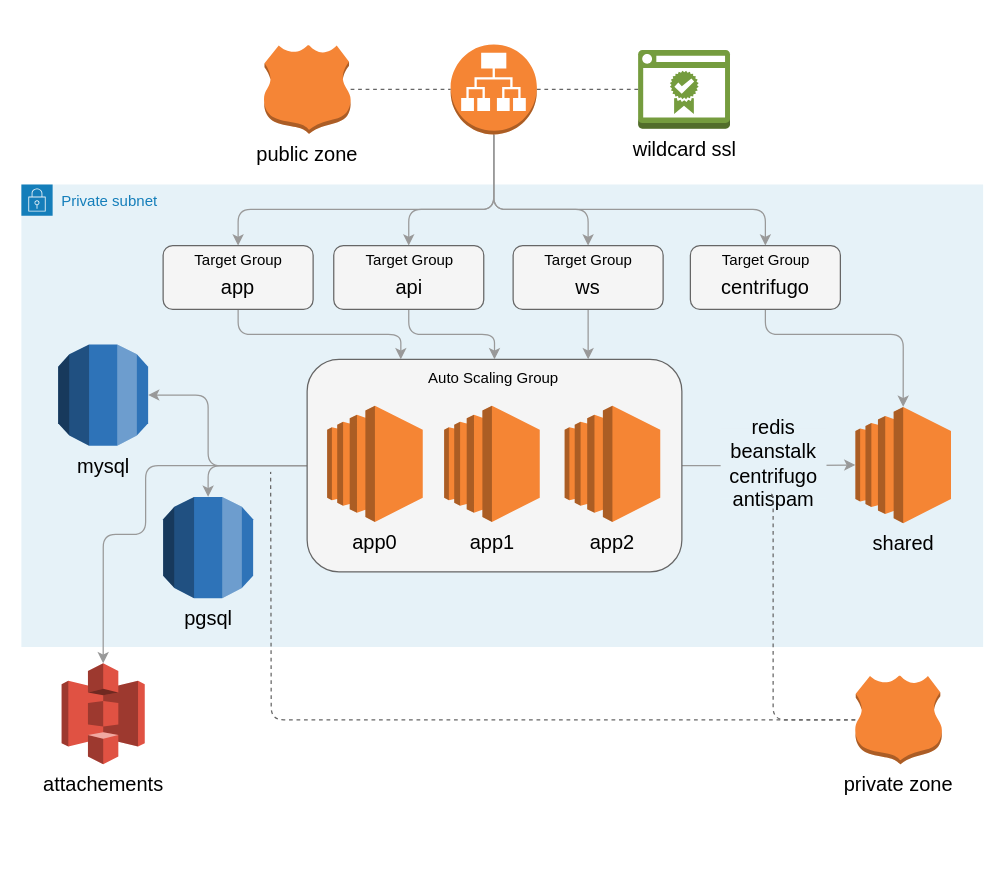
sharifov/test keeps this draw.io diagram as devops/docs/infra.drawio. Above is the earlier version. Source tidied: cells renumbered, new cells numbered last; positions are measured from the earlier drawing's top-left corner, leaving out a move shared by most shapes. Both pictures are drawn from the tidied source at 125%, with x=0, y=0 at pixel (21, 44).
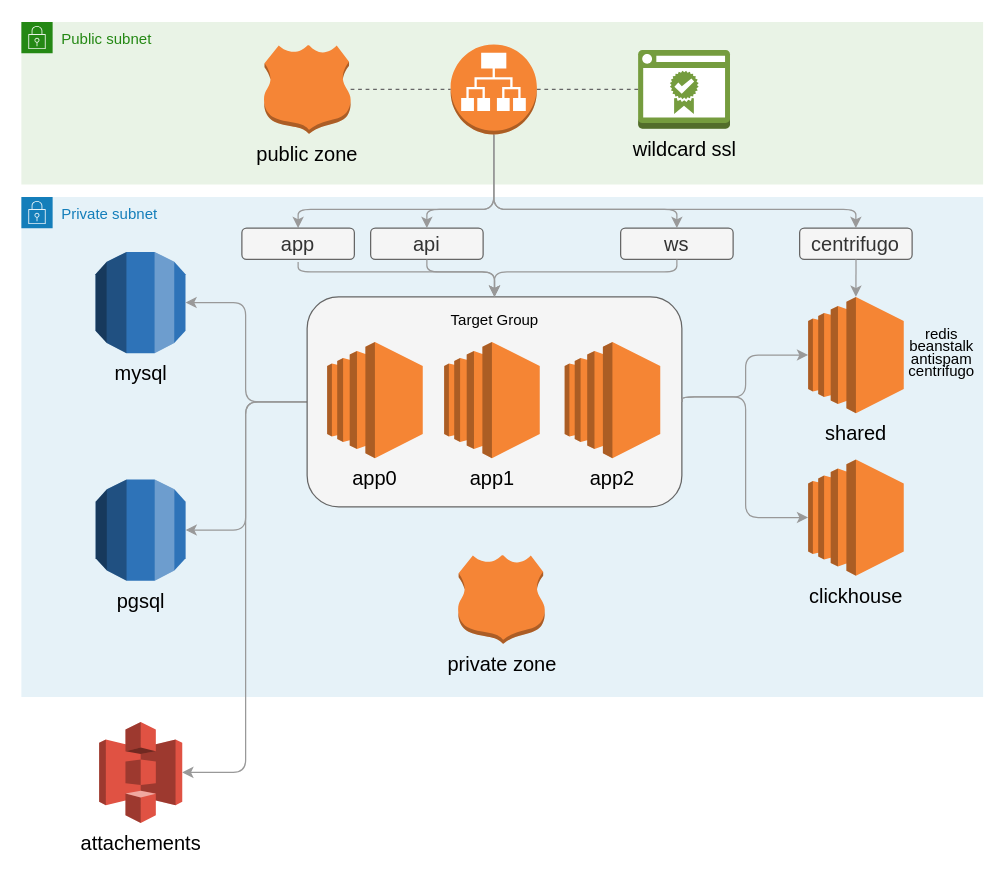
After the change.

Commit message (it also covers changes not shown here):
update infra diagram

Unchanged cells that the change refers to:
```xml
<mxCell id="12" style="outlineConnect=0;dashed=0;verticalLabelPosition=bottom;verticalAlign=top;align=center;html=1;shape=mxgraph.aws3.application_load_balancer;fillColor=#F58534;gradientColor=none;fontSize=16;" parent="1" vertex="1">
  <mxGeometry x="343" width="69" height="72" as="geometry" />
</mxCell>
```

Change to the diagram source:
```diff
@@
+    <mxCell id="45" value="Public subnet" style="gradientColor=none;html=1;whiteSpace=wrap;fontSize=12;fontStyle=0;shape=mxgraph.aws4.group;grIcon=mxgraph.aws4.group_security_group;grStroke=0;strokeColor=#248814;fillColor=#E9F3E6;verticalAlign=top;align=left;spacingLeft=30;fontColor=#248814;dashed=0;" parent="1" vertex="1">
+      <mxGeometry x="-0.4" y="-18" width="769.4" height="130" as="geometry" />
+    </mxCell>
     <mxCell id="2" value="Private subnet" style="gradientColor=none;html=1;whiteSpace=wrap;fontSize=12;fontStyle=0;shape=mxgraph.aws4.group;grIcon=mxgraph.aws4.group_security_group;grStroke=0;strokeColor=#147EBA;fillColor=#E6F2F8;verticalAlign=top;align=left;spacingLeft=30;fontColor=#147EBA;dashed=0;rounded=1;shadow=0;glass=0;labelBackgroundColor=none;sketch=0;" parent="1" vertex="1">
-      <mxGeometry x="-0.4" y="112" width="769.4" height="370" as="geometry" />
+      <mxGeometry x="-0.4" y="122" width="769.4" height="400" as="geometry" />
     </mxCell>
+    <mxCell id="13" value="shared" style="outlineConnect=0;dashed=0;verticalLabelPosition=bottom;verticalAlign=top;align=center;html=1;shape=mxgraph.aws3.ec2;fillColor=#F58534;gradientColor=none;fontSize=16;" parent="2" vertex="1">
+      <mxGeometry x="629.4" y="80" width="76.5" height="93" as="geometry" />
+    </mxCell>
+    <mxCell id="33" value="mysql" style="outlineConnect=0;dashed=0;verticalLabelPosition=bottom;verticalAlign=top;align=center;html=1;shape=mxgraph.aws3.rds;fillColor=#2E73B8;gradientColor=none;labelBackgroundColor=none;fontSize=16;" parent="2" vertex="1">
+      <mxGeometry x="59.3" y="44" width="72" height="81" as="geometry" />
+    </mxCell>
+    <mxCell id="18" value="api" style="rounded=1;whiteSpace=wrap;html=1;labelBackgroundColor=none;fontSize=16;fillColor=#f5f5f5;strokeColor=#666666;glass=0;shadow=0;sketch=0;fontColor=#333333;" parent="2" vertex="1">
+      <mxGeometry x="279.4" y="25" width="90" height="25" as="geometry" />
+    </mxCell>
+    <mxCell id="22" value="centrifugo" style="rounded=1;whiteSpace=wrap;html=1;labelBackgroundColor=none;fontSize=16;fillColor=#f5f5f5;strokeColor=#666666;glass=0;shadow=0;sketch=0;fontColor=#333333;" parent="2" vertex="1">
+      <mxGeometry x="622.6" y="25" width="90" height="25" as="geometry" />
+    </mxCell>
+    <mxCell id="21" style="edgeStyle=orthogonalEdgeStyle;rounded=1;jettySize=auto;html=1;entryX=0.5;entryY=0;entryDx=0;entryDy=0;entryPerimeter=0;fontSize=16;endArrow=classic;endFill=1;strokeColor=#999999;strokeWidth=1;exitX=0.5;exitY=1;exitDx=0;exitDy=0;" parent="2" edge="1" source="22" target="13">
+      <mxGeometry relative="1" as="geometry">
+        <Array as="points">
+          <mxPoint x="668" y="80" />
+          <mxPoint x="668" y="80" />
+        </Array>
+      </mxGeometry>
+    </mxCell>
+    <mxCell id="42" value="ws" style="rounded=1;whiteSpace=wrap;html=1;labelBackgroundColor=none;fontSize=16;fillColor=#f5f5f5;strokeColor=#666666;glass=0;shadow=0;sketch=0;fontColor=#333333;" parent="2" vertex="1">
+      <mxGeometry x="479.4" y="25" width="90" height="25" as="geometry" />
+    </mxCell>
+    <mxCell id="46" value="clickhouse" style="outlineConnect=0;dashed=0;verticalLabelPosition=bottom;verticalAlign=top;align=center;html=1;shape=mxgraph.aws3.ec2;fillColor=#F58534;gradientColor=none;fontSize=16;" parent="2" vertex="1">
+      <mxGeometry x="629.4" y="210" width="76.5" height="93" as="geometry" />
+    </mxCell>
-    <mxCell id="3" style="edgeStyle=orthogonalEdgeStyle;rounded=1;jettySize=auto;html=1;fontSize=16;endArrow=classic;endFill=1;strokeColor=#999999;strokeWidth=1;" parent="1" edge="1" source="7" target="13">
-      <mxGeometry relative="1" as="geometry" />
+    <mxCell id="3" style="edgeStyle=orthogonalEdgeStyle;rounded=1;jettySize=auto;html=1;fontSize=16;endArrow=classic;endFill=1;strokeColor=#999999;strokeWidth=1;labelBackgroundColor=none;entryX=0;entryY=0.5;entryDx=0;entryDy=0;entryPerimeter=0;exitX=1;exitY=0.5;exitDx=0;exitDy=0;" parent="1" edge="1" source="7" target="13">
+      <mxGeometry relative="1" as="geometry">
+        <Array as="points">
+          <mxPoint x="528" y="282" />
+          <mxPoint x="579" y="282" />
+          <mxPoint x="579" y="249" />
+        </Array>
+      </mxGeometry>
     </mxCell>
-    <mxCell id="4" style="edgeStyle=orthogonalEdgeStyle;rounded=1;jettySize=auto;html=1;entryX=1;entryY=0.5;entryDx=0;entryDy=0;entryPerimeter=0;fontSize=16;endArrow=classic;endFill=1;strokeColor=#999999;strokeWidth=1;" parent="1" edge="1" source="7" target="33">
+    <mxCell id="4" style="edgeStyle=orthogonalEdgeStyle;rounded=1;jettySize=auto;html=1;entryX=1;entryY=0.5;entryDx=0;entryDy=0;entryPerimeter=0;fontSize=16;endArrow=classic;endFill=1;strokeColor=#999999;strokeWidth=1;exitX=0;exitY=0.5;exitDx=0;exitDy=0;" parent="1" edge="1" source="7" target="33">
       <mxGeometry relative="1" as="geometry">
         <Array as="points">
-          <mxPoint x="149" y="337" />
-          <mxPoint x="149" y="281" />
+          <mxPoint x="179" y="286" />
+          <mxPoint x="179" y="207" />
+          <mxPoint x="131" y="207" />
         </Array>
       </mxGeometry>
     </mxCell>
-    <mxCell id="5" style="edgeStyle=orthogonalEdgeStyle;rounded=1;jettySize=auto;html=1;entryX=0.5;entryY=0;entryDx=0;entryDy=0;entryPerimeter=0;fontSize=16;endArrow=classic;endFill=1;strokeColor=#999999;strokeWidth=1;" parent="1" edge="1" source="7" target="34">
-      <mxGeometry relative="1" as="geometry" />
+    <mxCell id="5" style="edgeStyle=orthogonalEdgeStyle;rounded=1;jettySize=auto;html=1;entryX=1;entryY=0.5;entryDx=0;entryDy=0;entryPerimeter=0;fontSize=16;endArrow=classic;endFill=1;strokeColor=#999999;strokeWidth=1;exitX=0;exitY=0.5;exitDx=0;exitDy=0;" parent="1" edge="1" source="7" target="34">
+      <mxGeometry relative="1" as="geometry">
+        <Array as="points">
+          <mxPoint x="179" y="286" />
+          <mxPoint x="179" y="389" />
+        </Array>
+      </mxGeometry>
     </mxCell>
-    <mxCell id="6" style="edgeStyle=orthogonalEdgeStyle;rounded=1;jettySize=auto;html=1;fontSize=16;endArrow=classic;endFill=1;strokeColor=#999999;strokeWidth=1;entryX=0.5;entryY=0;entryDx=0;entryDy=0;entryPerimeter=0;" parent="1" edge="1" source="7" target="26">
+    <mxCell id="6" style="edgeStyle=orthogonalEdgeStyle;rounded=1;jettySize=auto;html=1;fontSize=16;endArrow=classic;endFill=1;strokeColor=#999999;strokeWidth=1;entryX=1;entryY=0.5;entryDx=0;entryDy=0;entryPerimeter=0;exitX=0;exitY=0.5;exitDx=0;exitDy=0;" parent="1" edge="1" source="7" target="26">
       <mxGeometry relative="1" as="geometry">
         <Array as="points">
-          <mxPoint x="99" y="337" />
-          <mxPoint x="99" y="392" />
-          <mxPoint x="65" y="392" />
+          <mxPoint x="179" y="286" />
+          <mxPoint x="179" y="582" />
+          <mxPoint x="128" y="582" />
         </Array>
       </mxGeometry>
     </mxCell>
     <mxCell id="7" style="rounded=1;whiteSpace=wrap;html=1;fillColor=#f5f5f5;strokeColor=#666666;fontColor=#333333;" parent="1" vertex="1">
-      <mxGeometry x="228.2" y="252" width="299.8" height="170" as="geometry" />
+      <mxGeometry x="228.2" y="202" width="299.8" height="168" as="geometry" />
     </mxCell>
     <mxCell id="8" style="edgeStyle=orthogonalEdgeStyle;rounded=1;jettySize=auto;html=1;fontSize=16;strokeColor=#999999;strokeWidth=1;" parent="1" edge="1" source="12" target="16">
       <mxGeometry relative="1" as="geometry">
         <Array as="points">
           <mxPoint x="378" y="132" />
-          <mxPoint x="173" y="132" />
+          <mxPoint x="221" y="132" />
         </Array>
       </mxGeometry>
     </mxCell>
-    <mxCell id="9" style="edgeStyle=orthogonalEdgeStyle;rounded=1;jettySize=auto;html=1;entryX=0.5;entryY=0;entryDx=0;entryDy=0;fontSize=16;strokeColor=#999999;strokeWidth=1;" parent="1" edge="1" source="12" target="18">
+    <mxCell id="9" style="edgeStyle=orthogonalEdgeStyle;rounded=1;jettySize=auto;html=1;fontSize=16;strokeColor=#999999;strokeWidth=1;entryX=0.5;entryY=0;entryDx=0;entryDy=0;" parent="1" edge="1" source="12" target="18">
       <mxGeometry relative="1" as="geometry">
         <Array as="points">
           <mxPoint x="378" y="132" />
-          <mxPoint x="310" y="132" />
+          <mxPoint x="324" y="132" />
         </Array>
       </mxGeometry>
     </mxCell>
-    <mxCell id="10" style="edgeStyle=orthogonalEdgeStyle;rounded=1;jettySize=auto;html=1;entryX=0.5;entryY=0;entryDx=0;entryDy=0;fontSize=16;strokeColor=#999999;strokeWidth=1;" parent="1" edge="1" source="12" target="20">
+    <mxCell id="10" style="edgeStyle=orthogonalEdgeStyle;rounded=1;jettySize=auto;html=1;entryX=0.5;entryY=0;entryDx=0;entryDy=0;fontSize=16;strokeColor=#999999;strokeWidth=1;" parent="1" edge="1" source="12" target="42">
       <mxGeometry relative="1" as="geometry">
         <Array as="points">
           <mxPoint x="378" y="132" />
-          <mxPoint x="453" y="132" />
+          <mxPoint x="524" y="132" />
         </Array>
       </mxGeometry>
     </mxCell>
-    <mxCell id="11" style="edgeStyle=orthogonalEdgeStyle;rounded=1;jettySize=auto;html=1;entryX=0.5;entryY=0;entryDx=0;entryDy=0;fontSize=16;strokeColor=#999999;strokeWidth=1;" parent="1" edge="1" source="12" target="22">
+    <mxCell id="11" style="edgeStyle=orthogonalEdgeStyle;rounded=1;jettySize=auto;html=1;fontSize=16;strokeColor=#999999;strokeWidth=1;entryX=0.5;entryY=0;entryDx=0;entryDy=0;" parent="1" edge="1" source="12" target="22">
       <mxGeometry relative="1" as="geometry">
         <Array as="points">
           <mxPoint x="378" y="132" />
-          <mxPoint x="595" y="132" />
+          <mxPoint x="667" y="132" />
         </Array>
       </mxGeometry>
     </mxCell>
@@
-    <mxCell id="13" value="shared" style="outlineConnect=0;dashed=0;verticalLabelPosition=bottom;verticalAlign=top;align=center;html=1;shape=mxgraph.aws3.ec2;fillColor=#F58534;gradientColor=none;fontSize=16;" parent="1" vertex="1">
-      <mxGeometry x="666.8" y="290" width="76.5" height="93" as="geometry" />
-    </mxCell>
     <mxCell id="14" value="app0" style="dashed=0;verticalLabelPosition=bottom;verticalAlign=top;align=center;html=1;shape=mxgraph.aws3.ec2;fillColor=#F58534;gradientColor=none;fontSize=16;" parent="1" vertex="1">
-      <mxGeometry x="244.2" y="289" width="76.5" height="93" as="geometry" />
+      <mxGeometry x="244.2" y="238" width="76.5" height="93" as="geometry" />
     </mxCell>
-    <mxCell id="15" style="edgeStyle=orthogonalEdgeStyle;rounded=1;jettySize=auto;html=1;entryX=0.25;entryY=0;entryDx=0;entryDy=0;fontSize=16;endArrow=classic;endFill=1;strokeColor=#999999;strokeWidth=1;" parent="1" edge="1" source="16" target="7">
+    <mxCell id="15" style="edgeStyle=orthogonalEdgeStyle;rounded=1;jettySize=auto;html=1;entryX=0.5;entryY=0;entryDx=0;entryDy=0;fontSize=16;endArrow=classic;endFill=1;strokeColor=#999999;strokeWidth=1;exitX=0.5;exitY=1;exitDx=0;exitDy=0;" parent="1" edge="1" target="7">
       <mxGeometry relative="1" as="geometry">
+        <mxPoint x="221" y="174" as="sourcePoint" />
         <Array as="points">
-          <mxPoint x="173" y="232" />
-          <mxPoint x="303" y="232" />
+          <mxPoint x="221" y="182" />
+          <mxPoint x="378" y="182" />
         </Array>
       </mxGeometry>
     </mxCell>
-    <mxCell id="16" style="rounded=1;whiteSpace=wrap;html=1;labelBackgroundColor=none;fontSize=16;fillColor=#f5f5f5;strokeColor=#666666;fontColor=#333333;" parent="1" vertex="1">
-      <mxGeometry x="113" y="161" width="120" height="51" as="geometry" />
+    <mxCell id="16" value="app" style="rounded=1;whiteSpace=wrap;html=1;labelBackgroundColor=none;fontSize=16;fillColor=#f5f5f5;strokeColor=#666666;fontColor=#333333;" parent="1" vertex="1">
+      <mxGeometry x="176" y="147" width="90" height="25" as="geometry" />
     </mxCell>
-    <mxCell id="17" style="edgeStyle=orthogonalEdgeStyle;rounded=1;jettySize=auto;html=1;entryX=0.5;entryY=0;entryDx=0;entryDy=0;fontSize=16;endArrow=classic;endFill=1;strokeColor=#999999;strokeWidth=1;" parent="1" edge="1" source="18" target="7">
+    <mxCell id="17" style="edgeStyle=orthogonalEdgeStyle;rounded=1;jettySize=auto;html=1;entryX=0.5;entryY=0;entryDx=0;entryDy=0;fontSize=16;endArrow=classic;endFill=1;strokeColor=#999999;strokeWidth=1;exitX=0.5;exitY=1;exitDx=0;exitDy=0;" parent="1" edge="1" source="18" target="7">
       <mxGeometry relative="1" as="geometry">
         <Array as="points">
-          <mxPoint x="310" y="232" />
-          <mxPoint x="378" y="232" />
+          <mxPoint x="324" y="182" />
+          <mxPoint x="378" y="182" />
         </Array>
       </mxGeometry>
     </mxCell>
-    <mxCell id="18" style="rounded=1;whiteSpace=wrap;html=1;labelBackgroundColor=none;fontSize=16;fillColor=#f5f5f5;strokeColor=#666666;glass=0;shadow=0;sketch=0;fontColor=#333333;" parent="1" vertex="1">
-      <mxGeometry x="249.5" y="161" width="120" height="51" as="geometry" />
-    </mxCell>
-    <mxCell id="19" style="edgeStyle=orthogonalEdgeStyle;rounded=1;jettySize=auto;html=1;entryX=0.75;entryY=0;entryDx=0;entryDy=0;fontSize=16;endArrow=classic;endFill=1;strokeColor=#999999;strokeWidth=1;" parent="1" edge="1" source="20" target="7">
-      <mxGeometry relative="1" as="geometry" />
+    <mxCell id="19" style="edgeStyle=orthogonalEdgeStyle;rounded=1;jettySize=auto;html=1;entryX=0.5;entryY=0;entryDx=0;entryDy=0;fontSize=16;endArrow=classic;endFill=1;strokeColor=#999999;strokeWidth=1;exitX=0.5;exitY=1;exitDx=0;exitDy=0;" parent="1" edge="1" source="42" target="7">
+      <mxGeometry relative="1" as="geometry">
+        <Array as="points">
+          <mxPoint x="524" y="182" />
+          <mxPoint x="378" y="182" />
+        </Array>
+      </mxGeometry>
     </mxCell>
-    <mxCell id="20" style="rounded=1;whiteSpace=wrap;html=1;labelBackgroundColor=none;fontSize=16;fillColor=#f5f5f5;strokeColor=#666666;glass=0;shadow=0;sketch=0;fontColor=#333333;" parent="1" vertex="1">
-      <mxGeometry x="393" y="161" width="120" height="51" as="geometry" />
-    </mxCell>
-    <mxCell id="21" style="edgeStyle=orthogonalEdgeStyle;rounded=1;jettySize=auto;html=1;entryX=0.5;entryY=0;entryDx=0;entryDy=0;entryPerimeter=0;fontSize=16;endArrow=classic;endFill=1;strokeColor=#999999;strokeWidth=1;" parent="1" edge="1" source="22" target="13">
-      <mxGeometry relative="1" as="geometry">
-        <Array as="points">
-          <mxPoint x="595" y="232" />
-          <mxPoint x="705" y="232" />
-        </Array>
-      </mxGeometry>
-    </mxCell>
-    <mxCell id="22" style="rounded=1;whiteSpace=wrap;html=1;labelBackgroundColor=none;fontSize=16;fillColor=#f5f5f5;strokeColor=#666666;glass=0;shadow=0;sketch=0;fontColor=#333333;" parent="1" vertex="1">
-      <mxGeometry x="534.8" y="161" width="120" height="51" as="geometry" />
-    </mxCell>
-    <mxCell id="23" value="Auto Scaling Group" style="text;html=1;align=center;verticalAlign=middle;strokeColor=none;fillColor=none;fontSize=12;" parent="1" vertex="1">
-      <mxGeometry x="320" y="258" width="114" height="18" as="geometry" />
-    </mxCell>
     <mxCell id="24" value="app1" style="dashed=0;verticalLabelPosition=bottom;verticalAlign=top;align=center;html=1;shape=mxgraph.aws3.ec2;fillColor=#F58534;gradientColor=none;fontSize=16;" parent="1" vertex="1">
-      <mxGeometry x="337.8" y="289" width="76.5" height="93" as="geometry" />
+      <mxGeometry x="337.8" y="238" width="76.5" height="93" as="geometry" />
     </mxCell>
     <mxCell id="25" value="app2" style="dashed=0;verticalLabelPosition=bottom;verticalAlign=top;align=center;html=1;shape=mxgraph.aws3.ec2;fillColor=#F58534;gradientColor=none;fontSize=16;" parent="1" vertex="1">
-      <mxGeometry x="434.2" y="289" width="76.5" height="93" as="geometry" />
+      <mxGeometry x="434.2" y="238" width="76.5" height="93" as="geometry" />
     </mxCell>
-    <mxCell id="26" value="attachements" style="outlineConnect=0;dashed=0;verticalLabelPosition=bottom;verticalAlign=top;align=center;html=1;shape=mxgraph.aws3.s3;fillColor=#E05243;gradientColor=none;rounded=1;shadow=0;glass=0;labelBackgroundColor=none;sketch=0;fontSize=16;" parent="1" vertex="1">
-      <mxGeometry x="31.8" y="495.1" width="66.5" height="80.8" as="geometry" />
-    </mxCell>
@@
-    <mxCell id="31" style="edgeStyle=orthogonalEdgeStyle;jettySize=auto;html=1;fontSize=16;endArrow=none;endFill=0;strokeColor=#666666;strokeWidth=1;rounded=1;dashed=1;" parent="1" edge="1" source="32">
-      <mxGeometry relative="1" as="geometry">
-        <mxPoint x="199" y="342" as="targetPoint" />
-      </mxGeometry>
-    </mxCell>
+    <mxCell id="34" value="pgsql" style="outlineConnect=0;dashed=0;verticalLabelPosition=bottom;verticalAlign=top;align=center;html=1;shape=mxgraph.aws3.rds;fillColor=#2E73B8;gradientColor=none;labelBackgroundColor=none;fontSize=16;" parent="1" vertex="1">
+      <mxGeometry x="59" y="348" width="72" height="81" as="geometry" />
+    </mxCell>
+    <mxCell id="26" value="attachements" style="outlineConnect=0;dashed=0;verticalLabelPosition=bottom;verticalAlign=top;align=center;html=1;shape=mxgraph.aws3.s3;fillColor=#E05243;gradientColor=none;rounded=1;shadow=0;glass=0;labelBackgroundColor=none;sketch=0;fontSize=16;" parent="1" vertex="1">
+      <mxGeometry x="61.8" y="542" width="66.5" height="80.8" as="geometry" />
+    </mxCell>
+    <mxCell id="47" value="Target Group" style="text;html=1;align=center;verticalAlign=middle;strokeColor=none;fillColor=none;fontSize=12;" parent="1" vertex="1">
+      <mxGeometry x="338.1" y="212" width="80" height="18" as="geometry" />
+    </mxCell>
     <mxCell id="32" value="private zone" style="outlineConnect=0;dashed=0;verticalLabelPosition=bottom;verticalAlign=top;align=center;html=1;shape=mxgraph.aws3.hosted_zone;fillColor=#F58536;gradientColor=none;rounded=1;shadow=0;glass=0;labelBackgroundColor=none;sketch=0;fontSize=16;" parent="1" vertex="1">
-      <mxGeometry x="666.7" y="504.9" width="69.3" height="71" as="geometry" />
+      <mxGeometry x="349" y="408.5" width="69.3" height="71" as="geometry" />
     </mxCell>
-    <mxCell id="33" value="mysql" style="outlineConnect=0;dashed=0;verticalLabelPosition=bottom;verticalAlign=top;align=center;html=1;shape=mxgraph.aws3.rds;fillColor=#2E73B8;gradientColor=none;labelBackgroundColor=none;fontSize=16;" parent="1" vertex="1">
-      <mxGeometry x="29" y="240" width="72" height="81" as="geometry" />
-    </mxCell>
-    <mxCell id="34" value="pgsql" style="outlineConnect=0;dashed=0;verticalLabelPosition=bottom;verticalAlign=top;align=center;html=1;shape=mxgraph.aws3.rds;fillColor=#2E73B8;gradientColor=none;labelBackgroundColor=none;fontSize=16;" parent="1" vertex="1">
-      <mxGeometry x="113" y="362" width="72" height="81" as="geometry" />
-    </mxCell>
-    <mxCell id="35" value="&lt;span&gt;redis&lt;/span&gt;&lt;br&gt;&lt;span&gt;beanstalk&lt;/span&gt;&lt;br&gt;&lt;span&gt;centrifugo&lt;br&gt;antispam&lt;br&gt;&lt;/span&gt;" style="rounded=0;whiteSpace=wrap;html=1;shadow=0;glass=0;labelBackgroundColor=none;sketch=0;fontSize=16;fillColor=#E6F2F8;strokeColor=none;" parent="1" vertex="1">
-      <mxGeometry x="559" y="307" width="84.7" height="56" as="geometry" />
-    </mxCell>
-    <mxCell id="36" style="edgeStyle=orthogonalEdgeStyle;jettySize=auto;html=1;fontSize=16;endArrow=none;endFill=0;strokeColor=#666666;strokeWidth=1;rounded=1;dashed=1;" parent="1" edge="1" source="32">
-      <mxGeometry relative="1" as="geometry">
-        <mxPoint x="599" y="360" as="targetPoint" />
-        <Array as="points">
-          <mxPoint x="601" y="540" />
-        </Array>
-      </mxGeometry>
-    </mxCell>
-    <mxCell id="37" value="Target Group" style="text;html=1;align=center;verticalAlign=middle;strokeColor=none;fillColor=none;fontSize=12;" parent="1" vertex="1">
-      <mxGeometry x="128" y="163" width="90" height="20" as="geometry" />
-    </mxCell>
-    <mxCell id="38" value="app" style="text;html=1;strokeColor=none;fillColor=none;align=center;verticalAlign=middle;whiteSpace=wrap;rounded=0;shadow=0;glass=0;labelBackgroundColor=none;sketch=0;fontSize=16;" parent="1" vertex="1">
-      <mxGeometry x="143" y="179" width="60" height="30" as="geometry" />
-    </mxCell>
-    <mxCell id="39" value="Target Group" style="text;html=1;align=center;verticalAlign=middle;strokeColor=none;fillColor=none;fontSize=12;" parent="1" vertex="1">
-      <mxGeometry x="264.5" y="163" width="90" height="20" as="geometry" />
-    </mxCell>
-    <mxCell id="40" value="api" style="text;html=1;strokeColor=none;fillColor=none;align=center;verticalAlign=middle;whiteSpace=wrap;rounded=0;shadow=0;glass=0;labelBackgroundColor=none;sketch=0;fontSize=16;" parent="1" vertex="1">
-      <mxGeometry x="279.5" y="179" width="60" height="30" as="geometry" />
-    </mxCell>
-    <mxCell id="41" value="Target Group" style="text;html=1;align=center;verticalAlign=middle;strokeColor=none;fillColor=none;fontSize=12;" parent="1" vertex="1">
-      <mxGeometry x="408" y="163" width="90" height="20" as="geometry" />
-    </mxCell>
-    <mxCell id="42" value="ws" style="text;html=1;strokeColor=none;fillColor=none;align=center;verticalAlign=middle;whiteSpace=wrap;rounded=0;shadow=0;glass=0;labelBackgroundColor=none;sketch=0;fontSize=16;" parent="1" vertex="1">
-      <mxGeometry x="423" y="179" width="60" height="30" as="geometry" />
-    </mxCell>
-    <mxCell id="43" value="Target Group" style="text;html=1;align=center;verticalAlign=middle;strokeColor=none;fillColor=none;fontSize=12;" parent="1" vertex="1">
-      <mxGeometry x="549.8" y="163" width="90" height="20" as="geometry" />
-    </mxCell>
+    <mxCell id="48" value="redis" style="text;html=1;strokeColor=none;fillColor=none;align=center;verticalAlign=middle;whiteSpace=wrap;rounded=0;" parent="1" vertex="1">
+      <mxGeometry x="706.2" y="216.5" width="60" height="30" as="geometry" />
+    </mxCell>
+    <mxCell id="49" value="beanstalk" style="text;html=1;strokeColor=none;fillColor=none;align=center;verticalAlign=middle;whiteSpace=wrap;rounded=0;" parent="1" vertex="1">
+      <mxGeometry x="706.2" y="227" width="60" height="30" as="geometry" />
+    </mxCell>
+    <mxCell id="50" value="antispam" style="text;html=1;strokeColor=none;fillColor=none;align=center;verticalAlign=middle;whiteSpace=wrap;rounded=0;" parent="1" vertex="1">
+      <mxGeometry x="706.2" y="237" width="60" height="30" as="geometry" />
+    </mxCell>
-    <mxCell id="44" value="centrifugo" style="text;html=1;strokeColor=none;fillColor=none;align=center;verticalAlign=middle;whiteSpace=wrap;rounded=0;shadow=0;glass=0;labelBackgroundColor=none;sketch=0;fontSize=16;" parent="1" vertex="1">
-      <mxGeometry x="564.8" y="179" width="60" height="30" as="geometry" />
+    <mxCell id="44" value="centrifugo" style="text;html=1;strokeColor=none;fillColor=none;align=center;verticalAlign=middle;whiteSpace=wrap;rounded=0;" parent="1" vertex="1">
+      <mxGeometry x="706.2" y="246.5" width="60" height="30" as="geometry" />
     </mxCell>
+    <mxCell id="51" style="edgeStyle=orthogonalEdgeStyle;rounded=1;jettySize=auto;html=1;fontSize=16;endArrow=classic;endFill=1;strokeColor=#999999;strokeWidth=1;labelBackgroundColor=none;entryX=0;entryY=0.5;entryDx=0;entryDy=0;entryPerimeter=0;exitX=1;exitY=0.5;exitDx=0;exitDy=0;" parent="1" edge="1" source="7" target="46">
+      <mxGeometry relative="1" as="geometry">
+        <Array as="points">
+          <mxPoint x="528" y="282" />
+          <mxPoint x="579" y="282" />
+          <mxPoint x="579" y="379" />
+        </Array>
+      </mxGeometry>
+    </mxCell>
```
